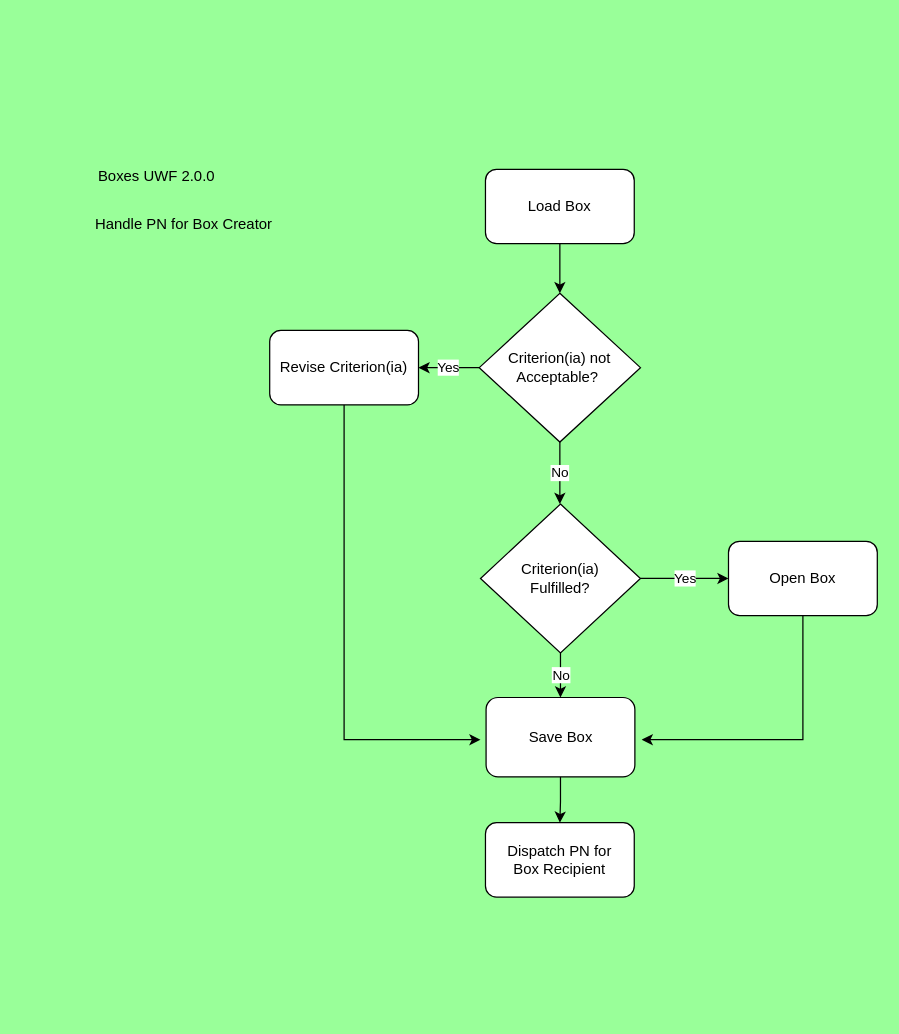
The draw.io diagram page "Page-2" (2 of 6) of Design/Boxes UWF 2.0.0.drawio in sjlearmonth/boxes, before the edit. Source tidied: cells renumbered, new cells numbered last; positions are measured from the earlier drawing's top-left corner, leaving out a move shared by most shapes. Both pictures are drawn from the tidied source at 124%, with x=0, y=0 at pixel (47, 157).
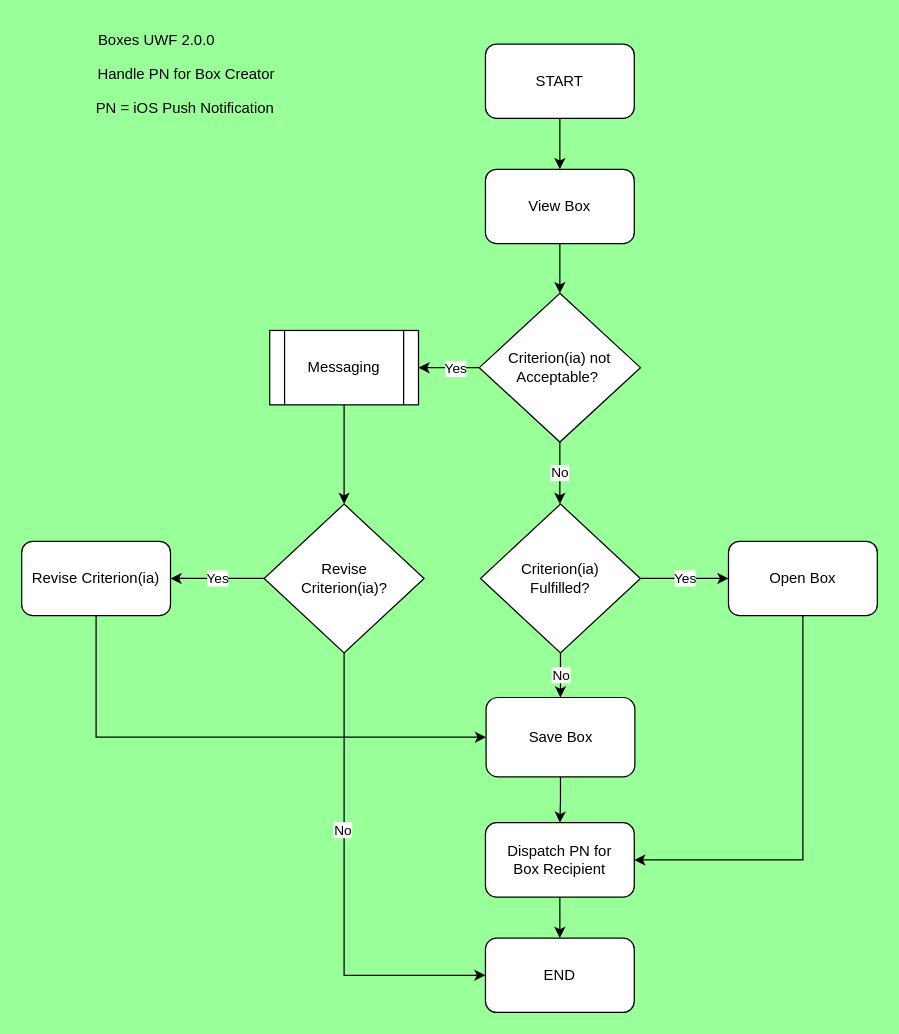
The same page after the edit.

Unchanged cells that the change refers to:
```xml
<mxCell id="5" value="Criterion(ia) not Acceptable?&amp;nbsp;" style="rhombus;whiteSpace=wrap;html=1;" parent="1" vertex="1">
  <mxGeometry x="348" y="109" width="130" height="120" as="geometry" />
</mxCell>
<mxCell id="14" value="Open Box" style="rounded=1;whiteSpace=wrap;html=1;" parent="1" vertex="1">
  <mxGeometry x="549" y="309" width="120" height="60" as="geometry" />
</mxCell>
<mxCell id="16" value="Save Box" style="rounded=1;whiteSpace=wrap;html=1;" parent="1" vertex="1">
  <mxGeometry x="353.5" y="435" width="120" height="64" as="geometry" />
</mxCell>
<mxCell id="17" value="Dispatch PN for &lt;br&gt;Box Recipient" style="rounded=1;whiteSpace=wrap;html=1;" parent="1" vertex="1">
  <mxGeometry x="353" y="536" width="120" height="60" as="geometry" />
</mxCell>
```

Diff of the diagram source:
```diff
@@
     <mxCell id="2" value="Handle PN for Box Creator" style="text;html=1;strokeColor=none;fillColor=none;align=center;verticalAlign=middle;whiteSpace=wrap;rounded=0;" parent="1" vertex="1">
-      <mxGeometry y="39" width="220" height="30" as="geometry" />
+      <mxGeometry x="2" y="-82" width="220" height="30" as="geometry" />
     </mxCell>
@@
-    <mxCell id="4" value="Yes" style="edgeStyle=orthogonalEdgeStyle;rounded=0;jettySize=auto;html=1;entryX=1;entryY=0.5;entryDx=0;entryDy=0;" parent="1" edge="1" source="5" target="9">
-      <mxGeometry relative="1" as="geometry" />
-    </mxCell>
+    <mxCell id="19" style="edgeStyle=orthogonalEdgeStyle;rounded=0;jettySize=auto;html=1;entryX=1;entryY=0.5;entryDx=0;entryDy=0;" parent="1" edge="1" source="5" target="28">
+      <mxGeometry relative="1" as="geometry" />
+    </mxCell>
+    <mxCell id="20" value="Yes" style="edgeLabel;html=1;align=center;verticalAlign=middle;" parent="19" vertex="1">
+      <mxGeometry x="-0.18" relative="1" as="geometry" />
+    </mxCell>
@@
-    <mxCell id="7" value="Load Box" style="rounded=1;whiteSpace=wrap;html=1;" parent="1" vertex="1">
+    <mxCell id="7" value="View Box" style="rounded=1;whiteSpace=wrap;html=1;" parent="1" vertex="1">
       <mxGeometry x="353" y="9" width="120" height="60" as="geometry" />
     </mxCell>
-    <mxCell id="8" style="edgeStyle=orthogonalEdgeStyle;rounded=0;jettySize=auto;html=1;" parent="1" edge="1" source="9">
-      <mxGeometry relative="1" as="geometry">
-        <mxPoint x="349" y="469" as="targetPoint" />
-        <Array as="points">
-          <mxPoint x="239" y="469" />
-        </Array>
-      </mxGeometry>
-    </mxCell>
+    <mxCell id="21" style="edgeStyle=orthogonalEdgeStyle;rounded=0;jettySize=auto;html=1;entryX=0;entryY=0.5;entryDx=0;entryDy=0;" parent="1" edge="1" source="9" target="16">
+      <mxGeometry relative="1" as="geometry">
+        <Array as="points">
+          <mxPoint x="39" y="467" />
+        </Array>
+      </mxGeometry>
+    </mxCell>
     <mxCell id="9" value="Revise Criterion(ia)" style="rounded=1;whiteSpace=wrap;html=1;" parent="1" vertex="1">
-      <mxGeometry x="179" y="139" width="120" height="60" as="geometry" />
+      <mxGeometry x="-21" y="309" width="120" height="60" as="geometry" />
     </mxCell>
@@
-    <mxCell id="13" style="edgeStyle=orthogonalEdgeStyle;rounded=0;jettySize=auto;html=1;" parent="1" edge="1" source="14">
-      <mxGeometry relative="1" as="geometry">
-        <mxPoint x="479" y="469" as="targetPoint" />
-        <Array as="points">
-          <mxPoint x="609" y="469" />
-        </Array>
-      </mxGeometry>
-    </mxCell>
+    <mxCell id="22" style="edgeStyle=orthogonalEdgeStyle;rounded=0;jettySize=auto;html=1;entryX=1;entryY=0.5;entryDx=0;entryDy=0;" parent="1" edge="1" source="14" target="17">
+      <mxGeometry relative="1" as="geometry">
+        <Array as="points">
+          <mxPoint x="609" y="566" />
+        </Array>
+      </mxGeometry>
+    </mxCell>
@@
+    <mxCell id="23" style="edgeStyle=orthogonalEdgeStyle;rounded=0;jettySize=auto;html=1;entryX=0.5;entryY=0;entryDx=0;entryDy=0;" parent="1" edge="1" source="17" target="26">
+      <mxGeometry relative="1" as="geometry" />
+    </mxCell>
@@
     <mxCell id="18" value="Boxes UWF 2.0.0" style="text;html=1;strokeColor=none;fillColor=none;align=center;verticalAlign=middle;whiteSpace=wrap;rounded=0;" parent="1" vertex="1">
-      <mxGeometry x="38" width="100" height="30" as="geometry" />
+      <mxGeometry x="38" y="-110" width="100" height="30" as="geometry" />
     </mxCell>
+    <mxCell id="24" style="edgeStyle=orthogonalEdgeStyle;rounded=0;jettySize=auto;html=1;entryX=0.5;entryY=0;entryDx=0;entryDy=0;" parent="1" edge="1" source="25" target="7">
+      <mxGeometry relative="1" as="geometry" />
+    </mxCell>
+    <mxCell id="25" value="START" style="rounded=1;whiteSpace=wrap;html=1;" parent="1" vertex="1">
+      <mxGeometry x="353" y="-92" width="120" height="60" as="geometry" />
+    </mxCell>
+    <mxCell id="26" value="END" style="rounded=1;whiteSpace=wrap;html=1;" parent="1" vertex="1">
+      <mxGeometry x="353" y="629" width="120" height="60" as="geometry" />
+    </mxCell>
+    <mxCell id="27" style="edgeStyle=orthogonalEdgeStyle;rounded=0;jettySize=auto;html=1;" parent="1" edge="1" source="28" target="31">
+      <mxGeometry relative="1" as="geometry" />
+    </mxCell>
+    <mxCell id="28" value="Messaging" style="shape=process;whiteSpace=wrap;html=1;backgroundOutline=1;" parent="1" vertex="1">
+      <mxGeometry x="179" y="139" width="120" height="60" as="geometry" />
+    </mxCell>
+    <mxCell id="4" value="Yes" style="edgeStyle=orthogonalEdgeStyle;rounded=0;jettySize=auto;html=1;entryX=1;entryY=0.5;entryDx=0;entryDy=0;" parent="1" edge="1" source="31" target="9">
+      <mxGeometry relative="1" as="geometry" />
+    </mxCell>
+    <mxCell id="29" style="edgeStyle=orthogonalEdgeStyle;rounded=0;jettySize=auto;html=1;entryX=0;entryY=0.5;entryDx=0;entryDy=0;" parent="1" edge="1" source="31" target="26">
+      <mxGeometry relative="1" as="geometry">
+        <Array as="points">
+          <mxPoint x="239" y="659" />
+        </Array>
+      </mxGeometry>
+    </mxCell>
+    <mxCell id="30" value="No" style="edgeLabel;html=1;align=center;verticalAlign=middle;" parent="29" vertex="1">
+      <mxGeometry x="-0.24" y="-2" relative="1" as="geometry" />
+    </mxCell>
+    <mxCell id="31" value="Revise&lt;br&gt;Criterion(ia)?" style="rhombus;whiteSpace=wrap;html=1;" parent="1" vertex="1">
+      <mxGeometry x="174.5" y="279" width="129" height="120" as="geometry" />
+    </mxCell>
+    <mxCell id="32" value="PN = iOS Push Notification" style="text;html=1;strokeColor=none;fillColor=none;align=center;verticalAlign=middle;whiteSpace=wrap;rounded=0;" parent="1" vertex="1">
+      <mxGeometry x="1" y="-55" width="220" height="30" as="geometry" />
+    </mxCell>
```
